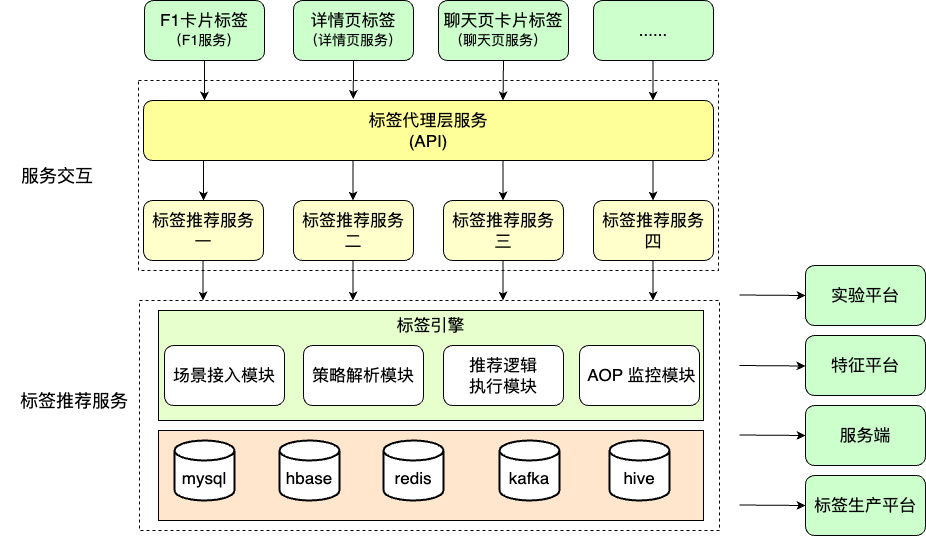
liujunao/draw-data keeps this draw.io diagram as work-draw-file/标签平台架构图.png. Above is the earlier version. Source tidied: cells renumbered, new cells last; positions are measured from the earlier drawing's top-left corner, leaving out a move shared by most shapes.
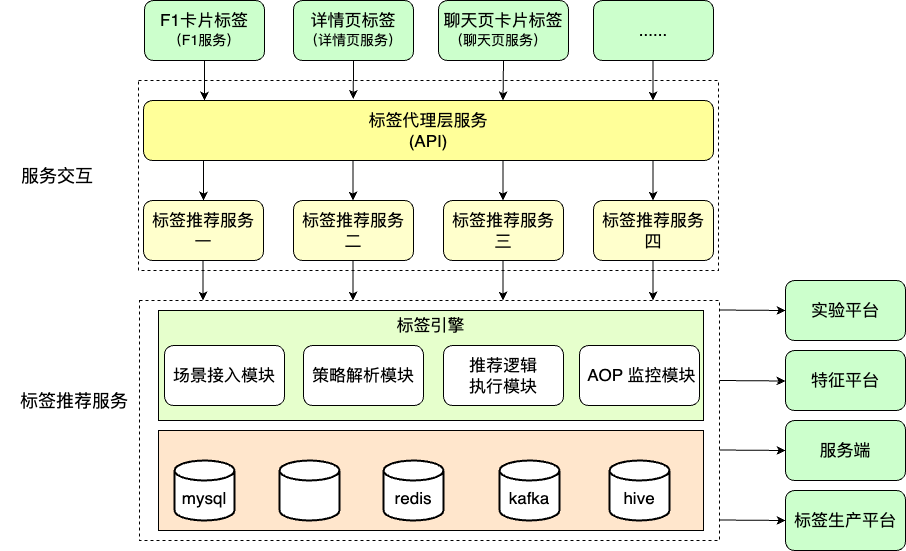
Above is the later version.

Commit message:
更新标签平台架构图.png

What changed in the source:
```diff
@@ -3,10 +3,10 @@
     <mxCell id="0" />
     <mxCell id="1" parent="0" />
     <mxCell id="2" style="rounded=0;whiteSpace=wrap;html=1;dashed=1;" parent="1" vertex="1">
-      <mxGeometry x="139" y="300" width="580" height="230" as="geometry" />
+      <mxGeometry x="139" y="300" width="580" height="240" as="geometry" />
     </mxCell>
     <mxCell id="3" style="rounded=0;whiteSpace=wrap;html=1;fillColor=#FFE6CC;" parent="1" vertex="1">
-      <mxGeometry x="158" y="430" width="545" height="90" as="geometry" />
+      <mxGeometry x="158" y="430" width="545" height="100" as="geometry" />
     </mxCell>
     <mxCell id="4" style="rounded=0;whiteSpace=wrap;html=1;dashed=1;" parent="1" vertex="1">
       <mxGeometry x="138" y="80" width="580" height="190" as="geometry" />
@@ -51,28 +51,28 @@
       <mxGeometry x="443" y="345" width="120" height="60" as="geometry" />
     </mxCell>
     <mxCell id="18" value="&lt;font size=&quot;3&quot;&gt;特征平台&lt;/font&gt;" style="rounded=1;whiteSpace=wrap;html=1;fillColor=#CCFFCC;" parent="1" vertex="1">
-      <mxGeometry x="805" y="335" width="120" height="60" as="geometry" />
+      <mxGeometry x="785" y="350" width="120" height="60" as="geometry" />
     </mxCell>
     <mxCell id="19" value="&lt;br&gt;&lt;font size=&quot;3&quot;&gt;mysql&lt;/font&gt;" style="strokeWidth=2;html=1;shape=mxgraph.flowchart.database;whiteSpace=wrap;" parent="1" vertex="1">
-      <mxGeometry x="174" y="440" width="60" height="60" as="geometry" />
+      <mxGeometry x="174" y="460" width="60" height="60" as="geometry" />
     </mxCell>
     <mxCell id="20" value="&lt;br&gt;&lt;font size=&quot;3&quot;&gt;kafka&lt;/font&gt;" style="strokeWidth=2;html=1;shape=mxgraph.flowchart.database;whiteSpace=wrap;" parent="1" vertex="1">
-      <mxGeometry x="499" y="440" width="60" height="60" as="geometry" />
+      <mxGeometry x="499" y="460" width="60" height="60" as="geometry" />
     </mxCell>
     <mxCell id="21" value="&lt;font size=&quot;3&quot;&gt;标签生产平台&lt;/font&gt;" style="rounded=1;whiteSpace=wrap;html=1;fillColor=#CCFFCC;" parent="1" vertex="1">
-      <mxGeometry x="805" y="475" width="120" height="60" as="geometry" />
+      <mxGeometry x="785" y="490" width="120" height="60" as="geometry" />
     </mxCell>
-    <mxCell id="22" value="&lt;br&gt;&lt;font size=&quot;3&quot;&gt;hbase&lt;/font&gt;" style="strokeWidth=2;html=1;shape=mxgraph.flowchart.database;whiteSpace=wrap;" parent="1" vertex="1">
-      <mxGeometry x="279" y="440" width="60" height="60" as="geometry" />
+    <mxCell id="22" value="&lt;br&gt;" style="strokeWidth=2;html=1;shape=mxgraph.flowchart.database;whiteSpace=wrap;" parent="1" vertex="1">
+      <mxGeometry x="279" y="460" width="60" height="60" as="geometry" />
     </mxCell>
     <mxCell id="23" value="&lt;br&gt;&lt;font size=&quot;3&quot;&gt;hive&lt;/font&gt;" style="strokeWidth=2;html=1;shape=mxgraph.flowchart.database;whiteSpace=wrap;" parent="1" vertex="1">
-      <mxGeometry x="609" y="440" width="60" height="60" as="geometry" />
+      <mxGeometry x="609" y="460" width="60" height="60" as="geometry" />
     </mxCell>
     <mxCell id="24" value="&lt;font size=&quot;3&quot;&gt;服务端&lt;/font&gt;" style="rounded=1;whiteSpace=wrap;html=1;fillColor=#CCFFCC;" parent="1" vertex="1">
-      <mxGeometry x="805" y="405" width="120" height="60" as="geometry" />
+      <mxGeometry x="785" y="420" width="120" height="60" as="geometry" />
     </mxCell>
     <mxCell id="25" value="&lt;br&gt;&lt;font size=&quot;3&quot;&gt;redis&lt;/font&gt;" style="strokeWidth=2;html=1;shape=mxgraph.flowchart.database;whiteSpace=wrap;" parent="1" vertex="1">
-      <mxGeometry x="383" y="440" width="60" height="60" as="geometry" />
+      <mxGeometry x="383" y="460" width="60" height="60" as="geometry" />
     </mxCell>
     <mxCell id="26" value="&lt;font size=&quot;3&quot;&gt;&amp;nbsp;AOP 监控模块&lt;/font&gt;" style="rounded=1;whiteSpace=wrap;html=1;" parent="1" vertex="1">
       <mxGeometry x="579" y="345" width="120" height="60" as="geometry" />
@@ -108,11 +108,11 @@
       </mxGeometry>
     </mxCell>
     <mxCell id="35" value="&lt;font size=&quot;3&quot;&gt;实验平台&lt;/font&gt;" style="rounded=1;whiteSpace=wrap;html=1;fillColor=#CCFFCC;" parent="1" vertex="1">
-      <mxGeometry x="805" y="265" width="120" height="60" as="geometry" />
+      <mxGeometry x="785" y="280" width="120" height="60" as="geometry" />
     </mxCell>
     <mxCell id="36" style="endArrow=classic;html=1;rounded=0;entryX=0;entryY=0.5;entryDx=0;entryDy=0;" parent="1" edge="1" target="35">
       <mxGeometry relative="1" as="geometry">
-        <mxPoint x="739" y="294.5" as="sourcePoint" />
+        <mxPoint x="719" y="309.5" as="sourcePoint" />
       </mxGeometry>
     </mxCell>
     <mxCell id="37" style="endArrow=classic;html=1;rounded=0;exitX=0.5;exitY=1;exitDx=0;exitDy=0;" parent="1" edge="1">
@@ -123,20 +123,20 @@
     </mxCell>
     <mxCell id="38" style="endArrow=classic;html=1;rounded=0;entryX=0;entryY=0.5;entryDx=0;entryDy=0;" parent="1" edge="1">
       <mxGeometry relative="1" as="geometry">
-        <mxPoint x="739" y="365" as="sourcePoint" />
-        <mxPoint x="805" y="365.5" as="targetPoint" />
+        <mxPoint x="719" y="380" as="sourcePoint" />
+        <mxPoint x="785" y="380.5" as="targetPoint" />
       </mxGeometry>
     </mxCell>
     <mxCell id="39" style="endArrow=classic;html=1;rounded=0;entryX=0;entryY=0.5;entryDx=0;entryDy=0;" parent="1" edge="1">
       <mxGeometry relative="1" as="geometry">
-        <mxPoint x="739" y="434.5" as="sourcePoint" />
-        <mxPoint x="805" y="435" as="targetPoint" />
+        <mxPoint x="719" y="449.5" as="sourcePoint" />
+        <mxPoint x="785" y="450" as="targetPoint" />
       </mxGeometry>
     </mxCell>
     <mxCell id="40" style="endArrow=classic;html=1;rounded=0;entryX=0;entryY=0.5;entryDx=0;entryDy=0;" parent="1" edge="1">
       <mxGeometry relative="1" as="geometry">
-        <mxPoint x="739" y="504.5" as="sourcePoint" />
-        <mxPoint x="805" y="505" as="targetPoint" />
+        <mxPoint x="719" y="519.5" as="sourcePoint" />
+        <mxPoint x="785" y="520" as="targetPoint" />
       </mxGeometry>
     </mxCell>
     <mxCell id="41" style="endArrow=classic;html=1;rounded=0;" parent="1" edge="1">
```
